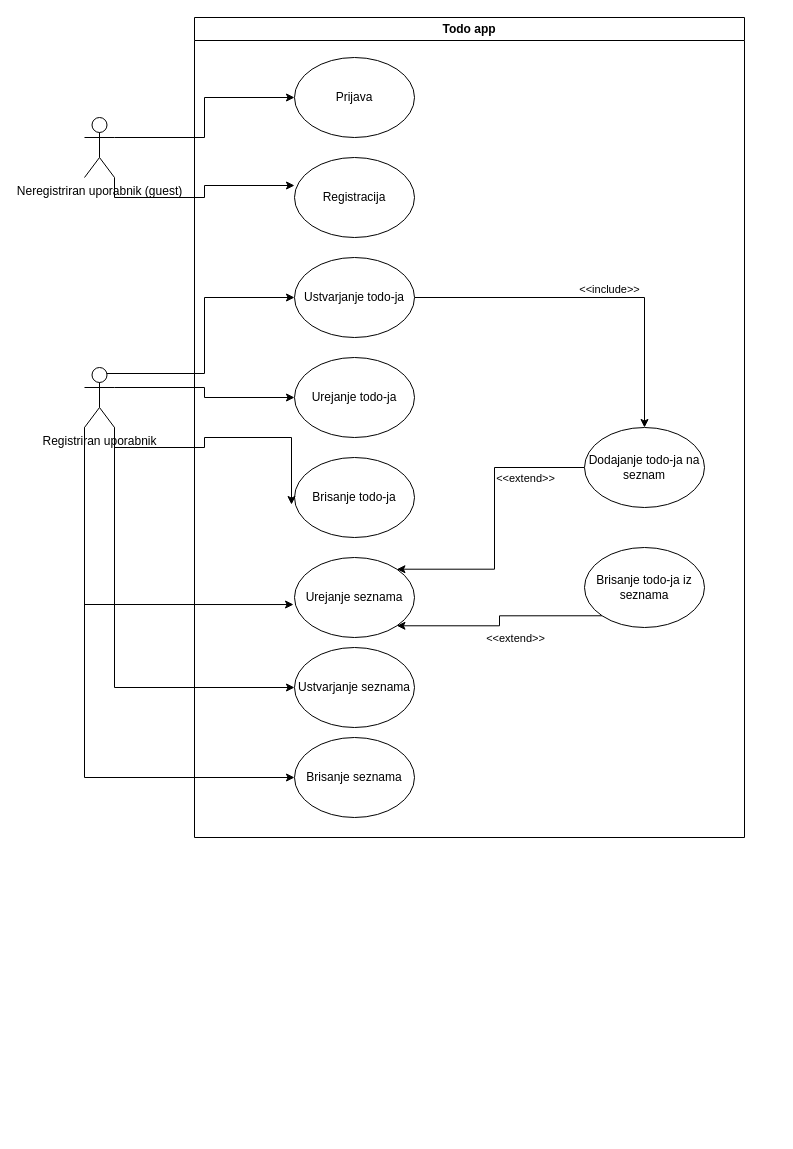
PAKO25/ris_todo keeps this draw.io diagram as dpu-ris.drawio. Above is the earlier version. Source tidied: cells renumbered, new cells numbered last; positions are measured from the earlier drawing's top-left corner, leaving out a move shared by most shapes. Both pictures are drawn from the tidied source at 100%, with x=0, y=0 at pixel (84, 17).
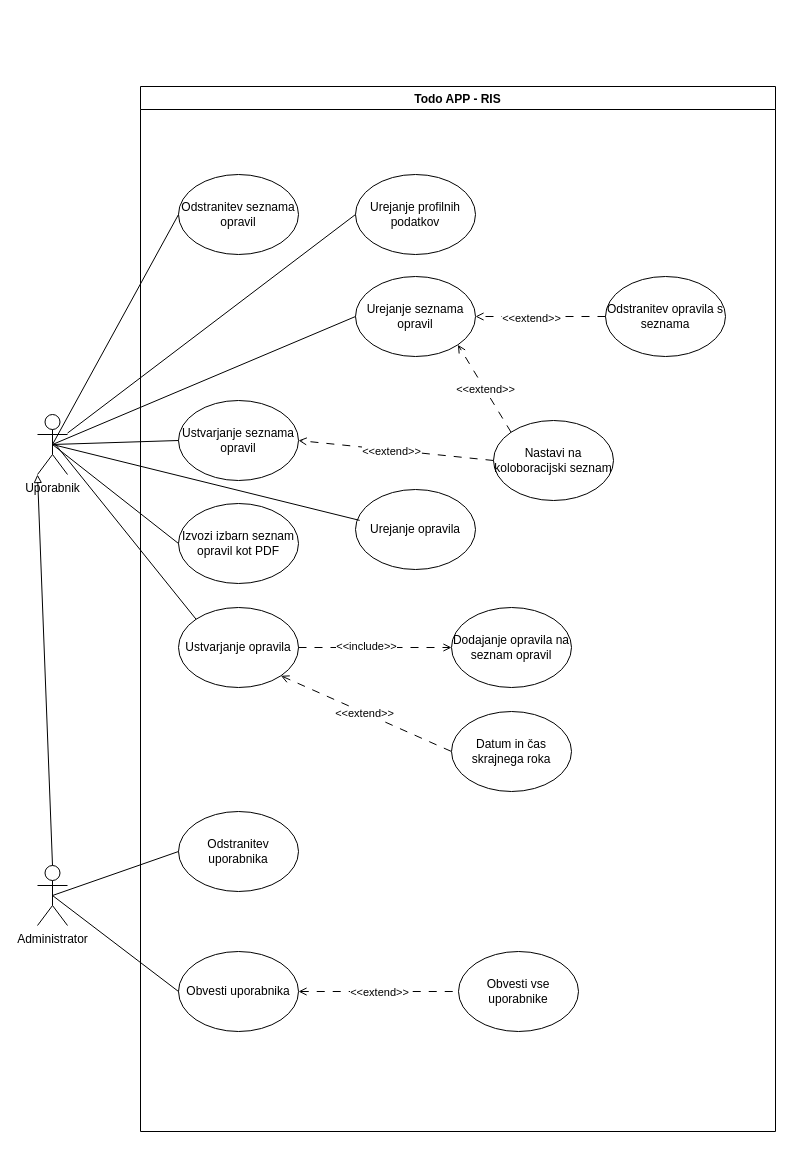
The same diagram, later.

Commit message:
Posodobljen DPU za drawio

Diff of the diagram source:
```diff
@@
-    <mxCell id="2" value="Todo app" style="swimlane;whiteSpace=wrap;html=1;" parent="1" vertex="1">
-      <mxGeometry x="110" width="550" height="820" as="geometry" />
-    </mxCell>
-    <mxCell id="3" value="&lt;div&gt;Prijava&lt;/div&gt;" style="ellipse;whiteSpace=wrap;html=1;" parent="2" vertex="1">
-      <mxGeometry x="100" y="40" width="120" height="80" as="geometry" />
-    </mxCell>
-    <mxCell id="4" value="&lt;div&gt;Registracija&lt;/div&gt;" style="ellipse;whiteSpace=wrap;html=1;" parent="2" vertex="1">
-      <mxGeometry x="100" y="140" width="120" height="80" as="geometry" />
-    </mxCell>
-    <mxCell id="5" style="edgeStyle=orthogonalEdgeStyle;rounded=0;jettySize=auto;html=1;exitX=1;exitY=0.5;exitDx=0;exitDy=0;entryX=0.5;entryY=0;entryDx=0;entryDy=0;" parent="2" edge="1" source="7" target="13">
-      <mxGeometry relative="1" as="geometry">
-        <Array as="points">
-          <mxPoint x="450" y="280" />
-        </Array>
-      </mxGeometry>
-    </mxCell>
+    <mxCell id="29" value="Todo APP - RIS" style="swimlane;" parent="1" vertex="1">
+      <mxGeometry x="56" y="69" width="635" height="1045" as="geometry" />
+    </mxCell>
+    <mxCell id="30" value="Ustvarjanje seznama opravil" style="ellipse;whiteSpace=wrap;html=1;" parent="29" vertex="1">
+      <mxGeometry x="38" y="314" width="120" height="80" as="geometry" />
+    </mxCell>
+    <mxCell id="31" value="&lt;div&gt;Urejanje seznama opravil&lt;/div&gt;" style="ellipse;whiteSpace=wrap;html=1;" parent="29" vertex="1">
+      <mxGeometry x="215" y="190" width="120" height="80" as="geometry" />
+    </mxCell>
+    <mxCell id="32" value="&lt;div&gt;Odstranitev seznama opravil&lt;/div&gt;" style="ellipse;whiteSpace=wrap;html=1;" parent="29" vertex="1">
+      <mxGeometry x="38" y="88" width="120" height="80" as="geometry" />
+    </mxCell>
+    <mxCell id="33" value="Dodajanje opravila na seznam opravil" style="ellipse;whiteSpace=wrap;html=1;" parent="29" vertex="1">
+      <mxGeometry x="311" y="521" width="120" height="80" as="geometry" />
+    </mxCell>
+    <mxCell id="34" value="Ustvarjanje opravila" style="ellipse;whiteSpace=wrap;html=1;" parent="29" vertex="1">
+      <mxGeometry x="38" y="521" width="120" height="80" as="geometry" />
+    </mxCell>
+    <mxCell id="35" value="Odstranitev opravila s seznama" style="ellipse;whiteSpace=wrap;html=1;" parent="29" vertex="1">
+      <mxGeometry x="465" y="190" width="120" height="80" as="geometry" />
+    </mxCell>
+    <mxCell id="36" value="&lt;div&gt;Odstranitev uporabnika&lt;/div&gt;" style="ellipse;whiteSpace=wrap;html=1;" parent="29" vertex="1">
+      <mxGeometry x="38" y="725" width="120" height="80" as="geometry" />
+    </mxCell>
+    <mxCell id="37" value="Urejanje profilnih podatkov" style="ellipse;whiteSpace=wrap;html=1;" parent="29" vertex="1">
+      <mxGeometry x="215" y="88" width="120" height="80" as="geometry" />
+    </mxCell>
+    <mxCell id="38" value="Obvesti uporabnika" style="ellipse;whiteSpace=wrap;html=1;" parent="29" vertex="1">
+      <mxGeometry x="38" y="865" width="120" height="80" as="geometry" />
+    </mxCell>
+    <mxCell id="39" value="Obvesti vse uporabnike" style="ellipse;whiteSpace=wrap;html=1;" parent="29" vertex="1">
+      <mxGeometry x="318" y="865" width="120" height="80" as="geometry" />
+    </mxCell>
+    <mxCell id="40" style="endArrow=none;html=1;rounded=0;endFill=0;dashed=1;dashPattern=8 8;entryX=0;entryY=0.5;entryDx=0;entryDy=0;exitX=1;exitY=0.5;exitDx=0;exitDy=0;startArrow=open;startFill=0;" parent="29" edge="1" source="38" target="39">
+      <mxGeometry relative="1" as="geometry" />
+    </mxCell>
+    <mxCell id="41" value="&amp;lt;&amp;lt;extend&amp;gt;&amp;gt;" style="edgeLabel;html=1;align=center;verticalAlign=middle;" parent="40" vertex="1">
+      <mxGeometry relative="1" as="geometry" />
+    </mxCell>
+    <mxCell id="42" value="&lt;div&gt;&lt;br&gt;&lt;/div&gt;&lt;div&gt;&lt;br&gt;&lt;/div&gt;" style="edgeLabel;html=1;align=center;verticalAlign=middle;" parent="40" vertex="1">
+      <mxGeometry x="0.71" relative="1" as="geometry" />
+    </mxCell>
+    <mxCell id="43" style="endArrow=open;html=1;rounded=0;exitX=1;exitY=0.5;exitDx=0;exitDy=0;entryX=0;entryY=0.5;entryDx=0;entryDy=0;dashed=1;dashPattern=8 8;endFill=0;" parent="29" edge="1" source="34" target="33">
+      <mxGeometry relative="1" as="geometry" />
+    </mxCell>
-    <mxCell id="6" value="&amp;lt;&amp;lt;include&amp;gt;&amp;gt;" style="edgeLabel;html=1;align=center;verticalAlign=middle;" parent="5" vertex="1">
-      <mxGeometry x="-0.12" y="-1" relative="1" as="geometry">
-        <mxPoint x="36" y="-10" as="offset" />
-      </mxGeometry>
+    <mxCell id="6" value="&amp;lt;&amp;lt;include&amp;gt;&amp;gt;" style="edgeLabel;html=1;align=center;verticalAlign=middle;" parent="43" vertex="1">
+      <mxGeometry x="-0.13" y="2" relative="1" as="geometry" />
     </mxCell>
-    <mxCell id="7" value="Ustvarjanje todo-ja" style="ellipse;whiteSpace=wrap;html=1;" parent="2" vertex="1">
-      <mxGeometry x="100" y="240" width="120" height="80" as="geometry" />
-    </mxCell>
-    <mxCell id="8" value="Urejanje todo-ja" style="ellipse;whiteSpace=wrap;html=1;" parent="2" vertex="1">
-      <mxGeometry x="100" y="340" width="120" height="80" as="geometry" />
-    </mxCell>
-    <mxCell id="9" value="Brisanje todo-ja" style="ellipse;whiteSpace=wrap;html=1;" parent="2" vertex="1">
-      <mxGeometry x="100" y="440" width="120" height="80" as="geometry" />
-    </mxCell>
-    <mxCell id="10" value="Ustvarjanje seznama" style="ellipse;whiteSpace=wrap;html=1;" parent="2" vertex="1">
-      <mxGeometry x="100" y="630" width="120" height="80" as="geometry" />
-    </mxCell>
-    <mxCell id="11" style="edgeStyle=orthogonalEdgeStyle;rounded=0;jettySize=auto;html=1;exitX=0;exitY=0.5;exitDx=0;exitDy=0;entryX=1;entryY=0;entryDx=0;entryDy=0;" parent="2" edge="1" source="13" target="18">
-      <mxGeometry relative="1" as="geometry">
-        <Array as="points">
-          <mxPoint x="300" y="450" />
-          <mxPoint x="300" y="552" />
-        </Array>
-      </mxGeometry>
-    </mxCell>
-    <mxCell id="12" value="&amp;lt;&amp;lt;extend&amp;gt;&amp;gt;" style="edgeLabel;html=1;align=center;verticalAlign=middle;" parent="11" vertex="1">
-      <mxGeometry x="-0.53" y="5" relative="1" as="geometry">
-        <mxPoint x="8" y="5" as="offset" />
-      </mxGeometry>
-    </mxCell>
-    <mxCell id="13" value="Dodajanje todo-ja na seznam" style="ellipse;whiteSpace=wrap;html=1;" parent="2" vertex="1">
-      <mxGeometry x="390" y="410" width="120" height="80" as="geometry" />
-    </mxCell>
-    <mxCell id="14" style="edgeStyle=orthogonalEdgeStyle;rounded=0;jettySize=auto;html=1;exitX=0;exitY=1;exitDx=0;exitDy=0;entryX=1;entryY=1;entryDx=0;entryDy=0;" parent="2" edge="1" source="16" target="18">
-      <mxGeometry relative="1" as="geometry" />
-    </mxCell>
-    <mxCell id="15" value="&amp;lt;&amp;lt;extend&amp;gt;&amp;gt;" style="edgeLabel;html=1;align=center;verticalAlign=middle;" parent="14" vertex="1">
-      <mxGeometry x="-0.17" y="4" relative="1" as="geometry">
-        <mxPoint x="2" y="18" as="offset" />
-      </mxGeometry>
-    </mxCell>
-    <mxCell id="16" value="Brisanje todo-ja iz seznama" style="ellipse;whiteSpace=wrap;html=1;" parent="2" vertex="1">
-      <mxGeometry x="390" y="530" width="120" height="80" as="geometry" />
-    </mxCell>
-    <mxCell id="17" value="Brisanje seznama" style="ellipse;whiteSpace=wrap;html=1;" parent="2" vertex="1">
-      <mxGeometry x="100" y="720" width="120" height="80" as="geometry" />
-    </mxCell>
-    <mxCell id="18" value="Urejanje seznama" style="ellipse;whiteSpace=wrap;html=1;" parent="2" vertex="1">
-      <mxGeometry x="100" y="540" width="120" height="80" as="geometry" />
-    </mxCell>
-    <mxCell id="19" style="edgeStyle=orthogonalEdgeStyle;rounded=0;jettySize=auto;html=1;exitX=1;exitY=0.3333333333333333;exitDx=0;exitDy=0;exitPerimeter=0;" parent="1" edge="1" source="20" target="3">
-      <mxGeometry relative="1" as="geometry" />
-    </mxCell>
-    <mxCell id="20" value="Neregistriran uporabnik (guest)" style="shape=umlActor;verticalLabelPosition=bottom;verticalAlign=top;html=1;outlineConnect=0;" parent="1" vertex="1">
-      <mxGeometry y="100" width="30" height="60" as="geometry" />
-    </mxCell>
-    <mxCell id="21" style="edgeStyle=orthogonalEdgeStyle;rounded=0;jettySize=auto;html=1;exitX=0.75;exitY=0.1;exitDx=0;exitDy=0;exitPerimeter=0;entryX=0;entryY=0.5;entryDx=0;entryDy=0;" parent="1" edge="1" source="25" target="7">
-      <mxGeometry relative="1" as="geometry" />
-    </mxCell>
-    <mxCell id="22" style="edgeStyle=orthogonalEdgeStyle;rounded=0;jettySize=auto;html=1;exitX=1;exitY=0.3333333333333333;exitDx=0;exitDy=0;exitPerimeter=0;entryX=0;entryY=0.5;entryDx=0;entryDy=0;" parent="1" edge="1" source="25" target="8">
-      <mxGeometry relative="1" as="geometry" />
-    </mxCell>
-    <mxCell id="23" style="edgeStyle=orthogonalEdgeStyle;rounded=0;jettySize=auto;html=1;exitX=1;exitY=1;exitDx=0;exitDy=0;exitPerimeter=0;entryX=0;entryY=0.5;entryDx=0;entryDy=0;" parent="1" edge="1" source="25" target="10">
-      <mxGeometry relative="1" as="geometry" />
-    </mxCell>
-    <mxCell id="24" style="edgeStyle=orthogonalEdgeStyle;rounded=0;jettySize=auto;html=1;exitX=0;exitY=1;exitDx=0;exitDy=0;exitPerimeter=0;entryX=0;entryY=0.5;entryDx=0;entryDy=0;" parent="1" edge="1" source="25" target="17">
-      <mxGeometry relative="1" as="geometry" />
-    </mxCell>
-    <mxCell id="25" value="Registriran uporabnik" style="shape=umlActor;verticalLabelPosition=bottom;verticalAlign=top;html=1;outlineConnect=0;" parent="1" vertex="1">
-      <mxGeometry y="350" width="30" height="60" as="geometry" />
-    </mxCell>
-    <mxCell id="26" style="edgeStyle=orthogonalEdgeStyle;rounded=0;jettySize=auto;html=1;exitX=1;exitY=1;exitDx=0;exitDy=0;exitPerimeter=0;entryX=0;entryY=0.35;entryDx=0;entryDy=0;entryPerimeter=0;" parent="1" edge="1" source="20" target="4">
-      <mxGeometry relative="1" as="geometry" />
-    </mxCell>
-    <mxCell id="27" style="edgeStyle=orthogonalEdgeStyle;rounded=0;jettySize=auto;html=1;exitX=1;exitY=1;exitDx=0;exitDy=0;exitPerimeter=0;entryX=-0.025;entryY=0.588;entryDx=0;entryDy=0;entryPerimeter=0;" parent="1" edge="1" source="25" target="9">
-      <mxGeometry relative="1" as="geometry" />
-    </mxCell>
-    <mxCell id="28" style="edgeStyle=orthogonalEdgeStyle;rounded=0;jettySize=auto;html=1;exitX=0;exitY=1;exitDx=0;exitDy=0;exitPerimeter=0;entryX=-0.008;entryY=0.588;entryDx=0;entryDy=0;entryPerimeter=0;" parent="1" edge="1" source="25" target="18">
-      <mxGeometry relative="1" as="geometry" />
-    </mxCell>
+    <mxCell id="44" style="endArrow=open;html=1;rounded=0;exitX=0;exitY=0.5;exitDx=0;exitDy=0;entryX=1;entryY=0.5;entryDx=0;entryDy=0;dashed=1;dashPattern=8 8;endFill=0;" parent="29" edge="1" source="35" target="31">
+      <mxGeometry relative="1" as="geometry" />
+    </mxCell>
+    <mxCell id="45" value="&amp;lt;&amp;lt;extend&amp;gt;&amp;gt;" style="edgeLabel;html=1;align=center;verticalAlign=middle;" parent="44" vertex="1">
+      <mxGeometry x="0.15" y="1" relative="1" as="geometry" />
+    </mxCell>
+    <mxCell id="46" value="Izvozi izbarn seznam opravil kot PDF" style="ellipse;whiteSpace=wrap;html=1;" parent="29" vertex="1">
+      <mxGeometry x="38" y="417" width="120" height="80" as="geometry" />
+    </mxCell>
+    <mxCell id="47" value="&lt;div&gt;Nastavi na koloboracijski seznam&lt;/div&gt;" style="ellipse;whiteSpace=wrap;html=1;" parent="29" vertex="1">
+      <mxGeometry x="353" y="334" width="120" height="80" as="geometry" />
+    </mxCell>
+    <mxCell id="48" style="endArrow=open;html=1;rounded=0;entryX=1;entryY=1;entryDx=0;entryDy=0;exitX=0;exitY=0;exitDx=0;exitDy=0;endFill=0;dashed=1;dashPattern=8 8;" parent="29" edge="1" source="47" target="31">
+      <mxGeometry relative="1" as="geometry" />
+    </mxCell>
+    <mxCell id="49" value="&amp;lt;&amp;lt;extend&amp;gt;&amp;gt;" style="edgeLabel;html=1;align=center;verticalAlign=middle;" parent="48" vertex="1">
+      <mxGeometry relative="1" as="geometry" />
+    </mxCell>
+    <mxCell id="50" style="endArrow=open;html=1;rounded=0;exitX=0;exitY=0.5;exitDx=0;exitDy=0;entryX=1;entryY=0.5;entryDx=0;entryDy=0;endFill=0;dashed=1;dashPattern=8 8;" parent="29" edge="1" source="47" target="30">
+      <mxGeometry relative="1" as="geometry" />
+    </mxCell>
+    <mxCell id="51" value="&amp;lt;&amp;lt;extend&amp;gt;&amp;gt;" style="edgeLabel;html=1;align=center;verticalAlign=middle;" parent="50" vertex="1">
+      <mxGeometry x="0.05" y="1" relative="1" as="geometry" />
+    </mxCell>
+    <mxCell id="52" value="Urejanje opravila" style="ellipse;whiteSpace=wrap;html=1;" parent="29" vertex="1">
+      <mxGeometry x="215" y="403" width="120" height="80" as="geometry" />
+    </mxCell>
+    <mxCell id="53" value="Datum in čas skrajnega roka" style="ellipse;whiteSpace=wrap;html=1;" parent="29" vertex="1">
+      <mxGeometry x="311" y="625" width="120" height="80" as="geometry" />
+    </mxCell>
+    <mxCell id="54" style="endArrow=none;html=1;rounded=0;exitX=1;exitY=1;exitDx=0;exitDy=0;entryX=0;entryY=0.5;entryDx=0;entryDy=0;endFill=0;dashed=1;dashPattern=8 8;startArrow=open;startFill=0;" parent="29" edge="1" source="34" target="53">
+      <mxGeometry relative="1" as="geometry" />
+    </mxCell>
+    <mxCell id="55" value="&amp;lt;&amp;lt;extend&amp;gt;&amp;gt;" style="edgeLabel;html=1;align=center;verticalAlign=middle;" parent="54" vertex="1">
+      <mxGeometry x="-0.02" relative="1" as="geometry" />
+    </mxCell>
+    <mxCell id="56" value="Uporabnik" style="shape=umlActor;verticalLabelPosition=bottom;verticalAlign=top;html=1;outlineConnect=0;" parent="1" vertex="1">
+      <mxGeometry x="-47" y="397" width="30" height="60" as="geometry" />
+    </mxCell>
+    <mxCell id="57" style="endArrow=none;html=1;rounded=0;exitX=0.5;exitY=0.5;exitDx=0;exitDy=0;exitPerimeter=0;entryX=0;entryY=0.5;entryDx=0;entryDy=0;endFill=0;" parent="1" edge="1" source="56" target="30">
+      <mxGeometry relative="1" as="geometry" />
+    </mxCell>
+    <mxCell id="58" style="endArrow=none;html=1;rounded=0;exitX=0.5;exitY=0.5;exitDx=0;exitDy=0;exitPerimeter=0;entryX=0;entryY=0.5;entryDx=0;entryDy=0;endFill=0;" parent="1" edge="1" source="56" target="31">
+      <mxGeometry relative="1" as="geometry" />
+    </mxCell>
+    <mxCell id="59" style="endArrow=none;html=1;rounded=0;exitX=0.5;exitY=0.5;exitDx=0;exitDy=0;exitPerimeter=0;entryX=0;entryY=0.5;entryDx=0;entryDy=0;endFill=0;" parent="1" edge="1" source="56" target="32">
+      <mxGeometry relative="1" as="geometry" />
+    </mxCell>
+    <mxCell id="60" style="endArrow=none;html=1;rounded=0;entryX=0;entryY=0;entryDx=0;entryDy=0;endFill=0;" parent="1" edge="1" target="34">
+      <mxGeometry relative="1" as="geometry">
+        <mxPoint x="-29" y="427" as="sourcePoint" />
+      </mxGeometry>
+    </mxCell>
+    <mxCell id="61" value="&lt;div&gt;Administrator&lt;/div&gt;" style="shape=umlActor;verticalLabelPosition=bottom;verticalAlign=top;html=1;outlineConnect=0;" parent="1" vertex="1">
+      <mxGeometry x="-47" y="848" width="30" height="60" as="geometry" />
+    </mxCell>
+    <mxCell id="62" style="endArrow=none;html=1;rounded=0;entryX=0;entryY=0.5;entryDx=0;entryDy=0;endFill=0;" parent="1" edge="1" source="56" target="37">
+      <mxGeometry relative="1" as="geometry" />
+    </mxCell>
+    <mxCell id="63" style="endArrow=none;html=1;rounded=0;entryX=0;entryY=0.5;entryDx=0;entryDy=0;endFill=0;exitX=0.5;exitY=0.5;exitDx=0;exitDy=0;exitPerimeter=0;" parent="1" edge="1" source="61" target="36">
+      <mxGeometry relative="1" as="geometry" />
+    </mxCell>
+    <mxCell id="64" style="endArrow=none;html=1;rounded=0;entryX=0;entryY=0.5;entryDx=0;entryDy=0;endFill=0;exitX=0.5;exitY=0.5;exitDx=0;exitDy=0;exitPerimeter=0;" parent="1" edge="1" source="61" target="38">
+      <mxGeometry relative="1" as="geometry" />
+    </mxCell>
+    <mxCell id="65" style="endArrow=block;html=1;rounded=0;entryX=0;entryY=1;entryDx=0;entryDy=0;entryPerimeter=0;exitX=0.5;exitY=0;exitDx=0;exitDy=0;exitPerimeter=0;startArrow=none;startFill=0;endFill=0;" parent="1" edge="1" source="61" target="56">
+      <mxGeometry relative="1" as="geometry" />
+    </mxCell>
+    <mxCell id="66" style="endArrow=none;html=1;rounded=0;exitX=0.5;exitY=0.5;exitDx=0;exitDy=0;exitPerimeter=0;entryX=0;entryY=0.5;entryDx=0;entryDy=0;" parent="1" edge="1" source="56" target="46">
+      <mxGeometry relative="1" as="geometry" />
+    </mxCell>
+    <mxCell id="67" style="endArrow=none;html=1;rounded=0;exitX=0.035;exitY=0.386;exitDx=0;exitDy=0;exitPerimeter=0;entryX=0.5;entryY=0.5;entryDx=0;entryDy=0;entryPerimeter=0;" parent="1" edge="1" source="52" target="56">
+      <mxGeometry relative="1" as="geometry" />
+    </mxCell>
```
